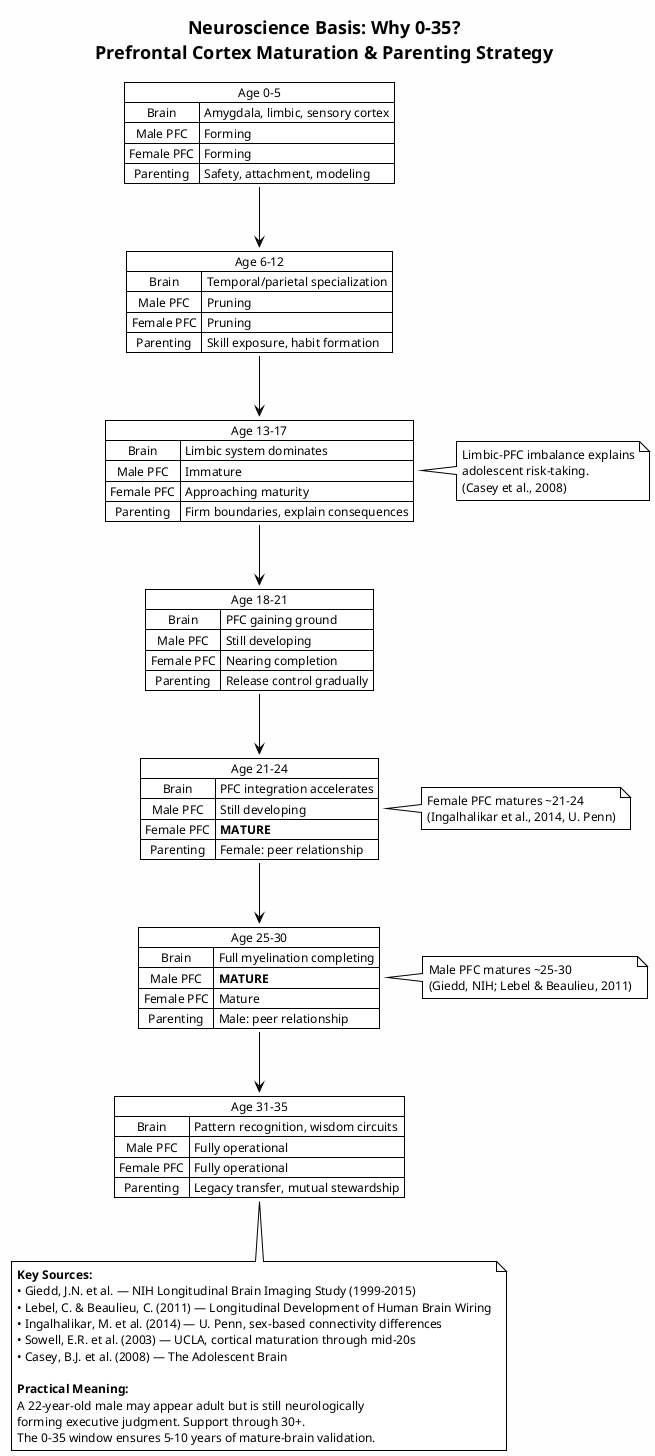
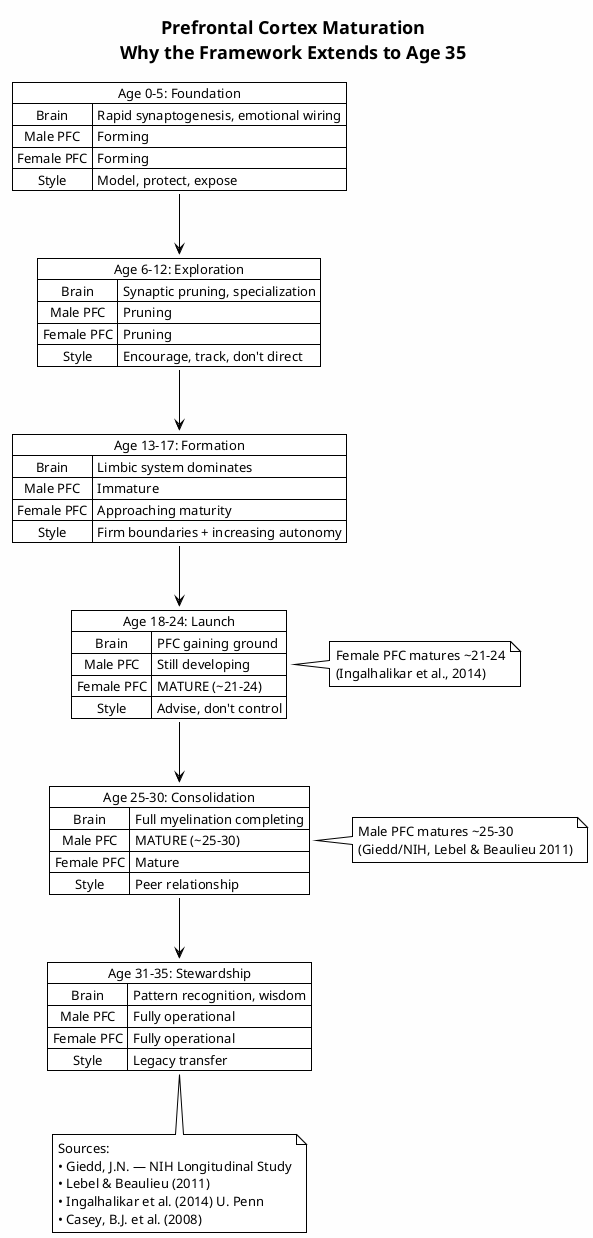
@startuml brain_maturation
!theme plain
skinparam backgroundColor #FEFEFE
- skinparam defaultFontSize 12
+ skinparam defaultFontSize 13
skinparam titleFontSize 18

- title Neuroscience Basis: Why 0–35?\nPrefrontal Cortex Maturation & Parenting Strategy
+ title Prefrontal Cortex Maturation\nWhy the Framework Extends to Age 35

- map "Age 0–5" as a1 {
-   Brain => Amygdala, limbic, sensory cortex
+ map "Age 0–5: Foundation" as a1 {
+   Brain => Rapid synaptogenesis, emotional wiring
  Male PFC => Forming
  Female PFC => Forming
-   Parenting => Safety, attachment, modeling
+   Style => Model, protect, expose
}

- map "Age 6–12" as a2 {
-   Brain => Temporal/parietal specialization
+ map "Age 6–12: Exploration" as a2 {
+   Brain => Synaptic pruning, specialization
  Male PFC => Pruning
  Female PFC => Pruning
-   Parenting => Skill exposure, habit formation
+   Style => Encourage, track, don't direct
}

- map "Age 13–17" as a3 {
+ map "Age 13–17: Formation" as a3 {
  Brain => Limbic system dominates
  Male PFC => Immature
  Female PFC => Approaching maturity
-   Parenting => Firm boundaries, explain consequences
+   Style => Firm boundaries + increasing autonomy
}

- map "Age 18–21" as a4 {
+ map "Age 18–24: Launch" as a4 {
  Brain => PFC gaining ground
  Male PFC => Still developing
-   Female PFC => Nearing completion
-   Parenting => Release control gradually
+   Female PFC => MATURE (~21–24)
+   Style => Advise, don't control
}

- map "Age 21–24" as a5 {
-   Brain => PFC integration accelerates
-   Male PFC => Still developing
-   Female PFC => **MATURE**
-   Parenting => Female: peer relationship
+ map "Age 25–30: Consolidation" as a5 {
+   Brain => Full myelination completing
+   Male PFC => MATURE (~25–30)
+   Female PFC => Mature
+   Style => Peer relationship
}

- map "Age 25–30" as a6 {
-   Brain => Full myelination completing
-   Male PFC => **MATURE**
-   Female PFC => Mature
-   Parenting => Male: peer relationship
- }
- 
- map "Age 31–35" as a7 {
-   Brain => Pattern recognition, wisdom circuits
+ map "Age 31–35: Stewardship" as a6 {
+   Brain => Pattern recognition, wisdom
  Male PFC => Fully operational
  Female PFC => Fully operational
-   Parenting => Legacy transfer, mutual stewardship
+   Style => Legacy transfer
}

a1 -down-> a2
a2 -down-> a3
a3 -down-> a4
a4 -down-> a5
a5 -down-> a6
- a6 -down-> a7

- note right of a3
-   Limbic-PFC imbalance explains
-   adolescent risk-taking.
-   (Casey et al., 2008)
+ note right of a4
+   Female PFC matures ~21–24
+   (Ingalhalikar et al., 2014)
end note

note right of a5
-   Female PFC matures ~21–24
-   (Ingalhalikar et al., 2014, U. Penn)
+   Male PFC matures ~25–30
+   (Giedd/NIH, Lebel & Beaulieu 2011)
end note

- note right of a6
-   Male PFC matures ~25–30
-   (Giedd, NIH; Lebel & Beaulieu, 2011)
- end note
- 
- note bottom of a7
-   **Key Sources:**
-   • Giedd, J.N. et al. — NIH Longitudinal Brain Imaging Study (1999–2015)
-   • Lebel, C. & Beaulieu, C. (2011) — Longitudinal Development of Human Brain Wiring
-   • Ingalhalikar, M. et al. (2014) — U. Penn, sex-based connectivity differences
-   • Sowell, E.R. et al. (2003) — UCLA, cortical maturation through mid-20s
-   • Casey, B.J. et al. (2008) — The Adolescent Brain
- 
-   **Practical Meaning:**
-   A 22-year-old male may appear adult but is still neurologically
-   forming executive judgment. Support through 30+.
-   The 0–35 window ensures 5–10 years of mature-brain validation.
+ note bottom of a6
+   Sources:
+   • Giedd, J.N. — NIH Longitudinal Study
+   • Lebel & Beaulieu (2011)
+   • Ingalhalikar et al. (2014) U. Penn
+   • Casey, B.J. et al. (2008)
end note

@enduml
